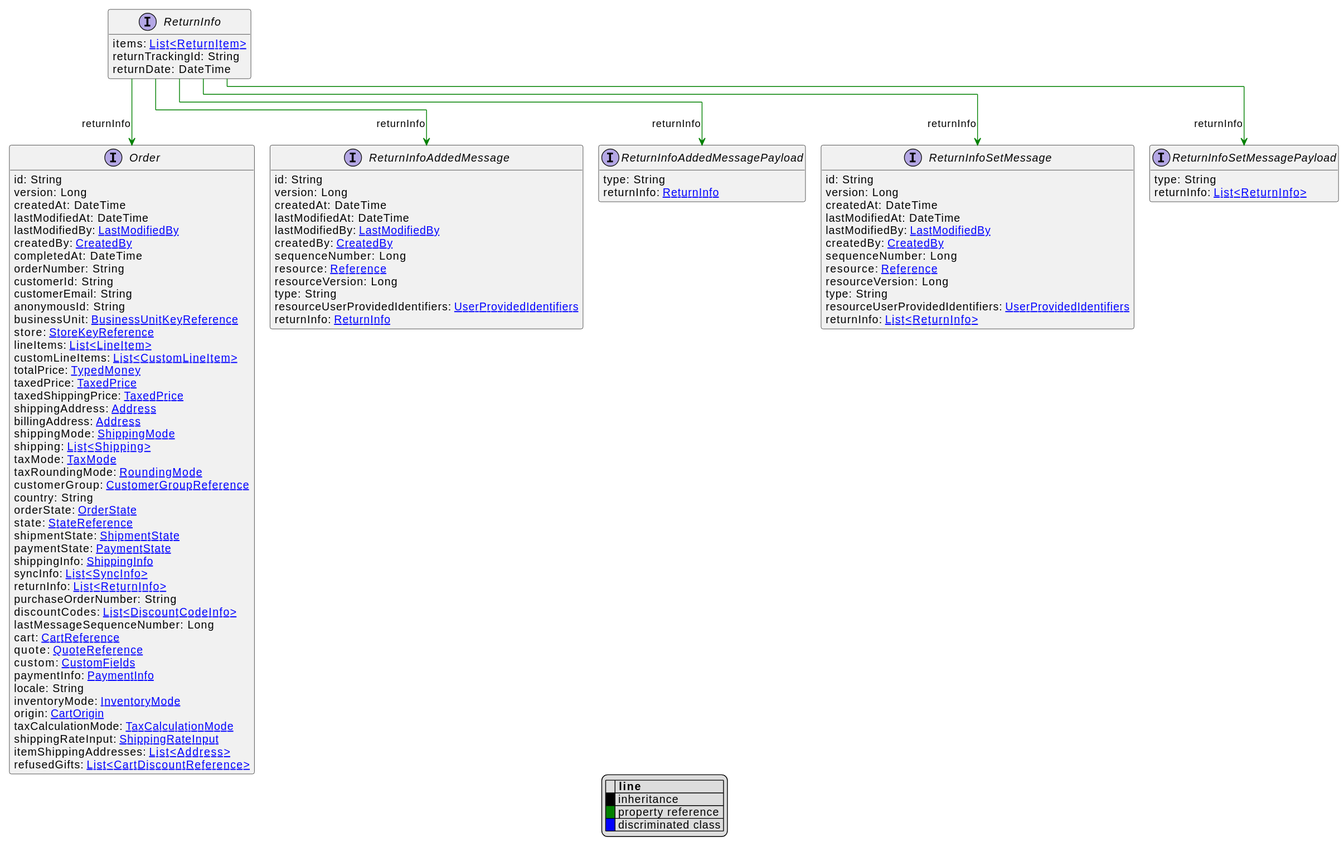
This is uml/api/svg/ReturnInfo.svg from commercetools/commercetools-api-reference, a PlantUML export, as it was before one commit. The source it was exported from:
```plantuml
@startuml
!pragma layout elk
hide empty fields
hide empty methods
legend
|= |= line |
|<back:black>   </back>| inheritance |
|<back:green>   </back>| property reference |
|<back:blue>   </back>| discriminated class |
endlegend
interface ReturnInfo [[ReturnInfo.svg]]  {
    items: [[ReturnItem.svg List<ReturnItem>]]
    returnTrackingId: String
    returnDate: DateTime
}



interface ReturnInfoSetMessage [[ReturnInfoSetMessage.svg]]  {
    id: String
    version: Long
    createdAt: DateTime
    lastModifiedAt: DateTime
    lastModifiedBy: [[LastModifiedBy.svg LastModifiedBy]]
    createdBy: [[CreatedBy.svg CreatedBy]]
    sequenceNumber: Long
    resource: [[Reference.svg Reference]]
    resourceVersion: Long
    type: String
    resourceUserProvidedIdentifiers: [[UserProvidedIdentifiers.svg UserProvidedIdentifiers]]
    returnInfo: [[ReturnInfo.svg List<ReturnInfo>]]
}
interface ReturnInfoSetMessagePayload [[ReturnInfoSetMessagePayload.svg]]  {
    type: String
    returnInfo: [[ReturnInfo.svg List<ReturnInfo>]]
}
interface Order [[Order.svg]]  {
    id: String
    version: Long
    createdAt: DateTime
    lastModifiedAt: DateTime
    lastModifiedBy: [[LastModifiedBy.svg LastModifiedBy]]
    createdBy: [[CreatedBy.svg CreatedBy]]
    completedAt: DateTime
    orderNumber: String
    customerId: String
    customerEmail: String
    anonymousId: String
    businessUnit: [[BusinessUnitKeyReference.svg BusinessUnitKeyReference]]
    store: [[StoreKeyReference.svg StoreKeyReference]]
    lineItems: [[LineItem.svg List<LineItem>]]
    customLineItems: [[CustomLineItem.svg List<CustomLineItem>]]
    totalPrice: [[TypedMoney.svg TypedMoney]]
    taxedPrice: [[TaxedPrice.svg TaxedPrice]]
    taxedShippingPrice: [[TaxedPrice.svg TaxedPrice]]
    shippingAddress: [[Address.svg Address]]
    billingAddress: [[Address.svg Address]]
    shippingMode: [[ShippingMode.svg ShippingMode]]
    shipping: [[Shipping.svg List<Shipping>]]
    taxMode: [[TaxMode.svg TaxMode]]
    taxRoundingMode: [[RoundingMode.svg RoundingMode]]
    customerGroup: [[CustomerGroupReference.svg CustomerGroupReference]]
    country: String
    orderState: [[OrderState.svg OrderState]]
    state: [[StateReference.svg StateReference]]
    shipmentState: [[ShipmentState.svg ShipmentState]]
    paymentState: [[PaymentState.svg PaymentState]]
    shippingInfo: [[ShippingInfo.svg ShippingInfo]]
    syncInfo: [[SyncInfo.svg List<SyncInfo>]]
    returnInfo: [[ReturnInfo.svg List<ReturnInfo>]]
    purchaseOrderNumber: String
    discountCodes: [[DiscountCodeInfo.svg List<DiscountCodeInfo>]]
    lastMessageSequenceNumber: Long
    cart: [[CartReference.svg CartReference]]
    quote: [[QuoteReference.svg QuoteReference]]
    custom: [[CustomFields.svg CustomFields]]
    paymentInfo: [[PaymentInfo.svg PaymentInfo]]
    locale: String
    inventoryMode: [[InventoryMode.svg InventoryMode]]
    origin: [[CartOrigin.svg CartOrigin]]
    taxCalculationMode: [[TaxCalculationMode.svg TaxCalculationMode]]
    shippingRateInput: [[ShippingRateInput.svg ShippingRateInput]]
    itemShippingAddresses: [[Address.svg List<Address>]]
    refusedGifts: [[CartDiscountReference.svg List<CartDiscountReference>]]
}
interface ReturnInfoAddedMessage [[ReturnInfoAddedMessage.svg]]  {
    id: String
    version: Long
    createdAt: DateTime
    lastModifiedAt: DateTime
    lastModifiedBy: [[LastModifiedBy.svg LastModifiedBy]]
    createdBy: [[CreatedBy.svg CreatedBy]]
    sequenceNumber: Long
    resource: [[Reference.svg Reference]]
    resourceVersion: Long
    type: String
    resourceUserProvidedIdentifiers: [[UserProvidedIdentifiers.svg UserProvidedIdentifiers]]
    returnInfo: [[ReturnInfo.svg ReturnInfo]]
}
interface ReturnInfoAddedMessagePayload [[ReturnInfoAddedMessagePayload.svg]]  {
    type: String
    returnInfo: [[ReturnInfo.svg ReturnInfo]]
}

ReturnInfo --> ReturnInfoSetMessage #green;text:green : "returnInfo"
ReturnInfo --> ReturnInfoSetMessagePayload #green;text:green : "returnInfo"
ReturnInfo --> Order #green;text:green : "returnInfo"
ReturnInfo --> ReturnInfoAddedMessage #green;text:green : "returnInfo"
ReturnInfo --> ReturnInfoAddedMessagePayload #green;text:green : "returnInfo"
@enduml
```
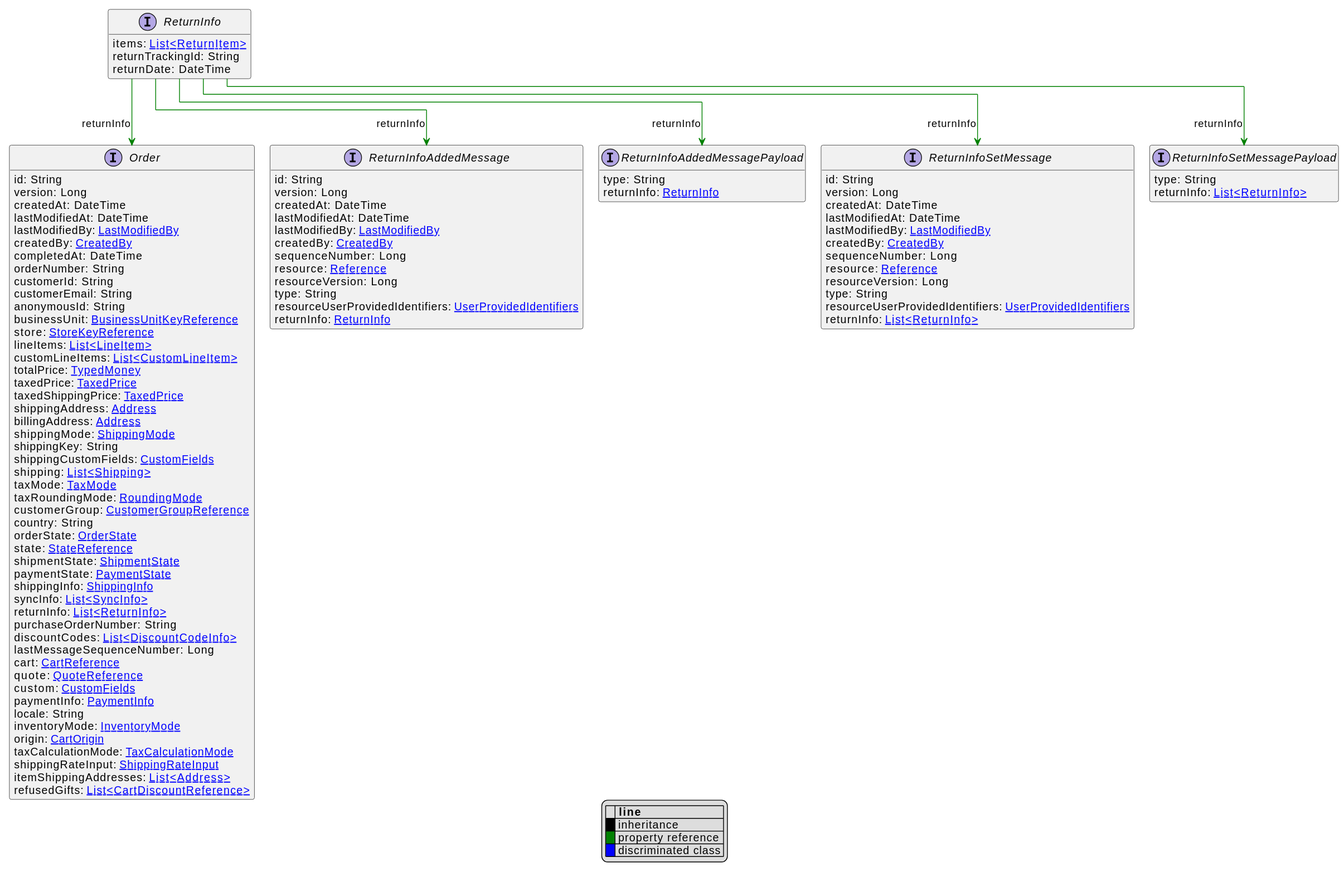
Above is the later version.

The edit, as a diff of the source:
```diff
@@ -56,6 +56,8 @@
     shippingAddress: [[Address.svg Address]]
     billingAddress: [[Address.svg Address]]
     shippingMode: [[ShippingMode.svg ShippingMode]]
+    shippingKey: String
+    shippingCustomFields: [[CustomFields.svg CustomFields]]
     shipping: [[Shipping.svg List<Shipping>]]
     taxMode: [[TaxMode.svg TaxMode]]
     taxRoundingMode: [[RoundingMode.svg RoundingMode]]
```
